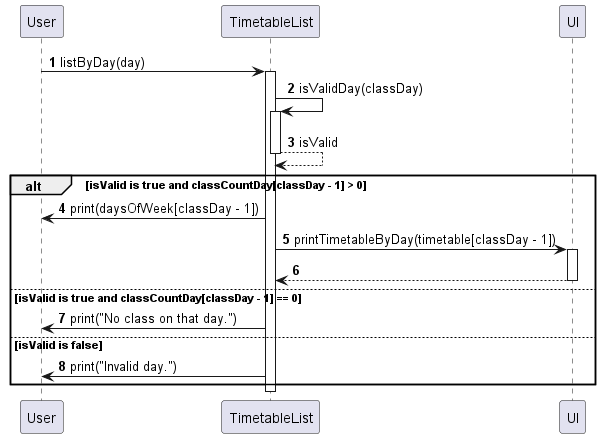
Earlier version of the PlantUML export docs/diagrams/sequencediagram/ViewTimeTableByDay.png (nyh3/tp).
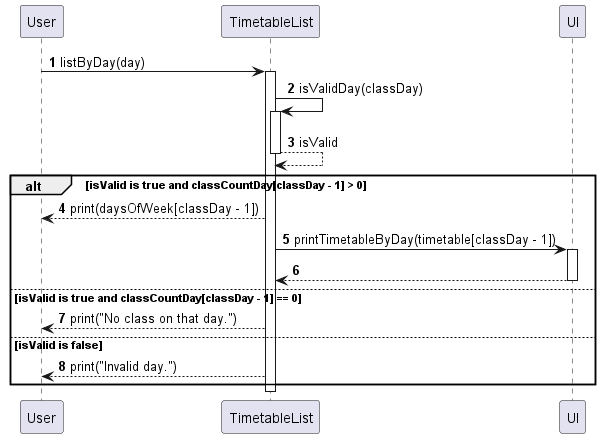
The same file after the commit.

Change to the diagram source:
```diff
@@ -14,15 +14,15 @@
 deactivate timetableList
 
 alt isValid is true and classCountDay[classDay - 1] > 0
-    timetableList -> user: print(daysOfWeek[classDay - 1])
+    timetableList --> user: print(daysOfWeek[classDay - 1])
     timetableList -> ui: printTimetableByDay(timetable[classDay - 1])
     activate ui
     ui --> timetableList
     deactivate ui
 else isValid is true and classCountDay[classDay - 1] == 0
-    timetableList -> user: print("No class on that day.")
+    timetableList --> user: print("No class on that day.")
 else isValid is false
-    timetableList -> user: print("Invalid day.")
+    timetableList --> user: print("Invalid day.")
 end
 
 deactivate timetableList
```
